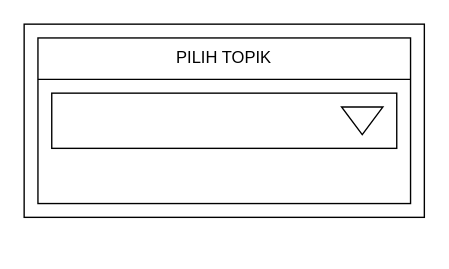
Earlier version of the draw.io diagram sketches/to laporan.drawio (halouthere233/skkerjakursus2021private). Source tidied: cells renumbered, new cells numbered last; positions are measured from the earlier drawing's top-left corner, leaving out a move shared by most shapes. Both pictures are drawn from the tidied source at 138%, with x=0, y=0 at pixel (23, 23).
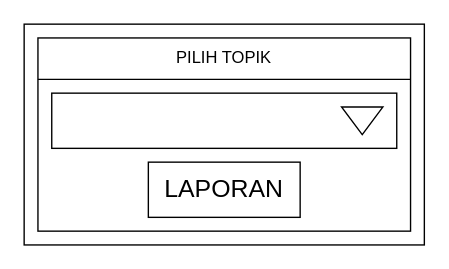
The same page after the edit.

The edit, as a diff of the source:
```diff
@@
 <mxGraphModel>
   <root>
     <mxCell id="0" />
     <mxCell id="1" parent="0" />
     <mxCell id="2" style="rounded=0;whiteSpace=wrap;html=1;" parent="1" vertex="1">
-      <mxGeometry width="290" height="140" as="geometry" />
+      <mxGeometry width="290" height="160" as="geometry" />
     </mxCell>
     <mxCell id="3" style="rounded=0;whiteSpace=wrap;html=1;" parent="1" vertex="1">
-      <mxGeometry x="10" y="10" width="270" height="120" as="geometry" />
+      <mxGeometry x="10" y="10" width="270" height="140" as="geometry" />
     </mxCell>
     <mxCell id="4" style="endArrow=none;html=1;rounded=0;" parent="1" edge="1">
       <mxGeometry relative="1" as="geometry">
         <mxPoint x="10" y="40" as="sourcePoint" />
         <mxPoint x="280" y="40" as="targetPoint" />
       </mxGeometry>
     </mxCell>
     <mxCell id="5" value="PILIH TOPIK" style="text;html=1;strokeColor=none;fillColor=none;align=center;verticalAlign=middle;whiteSpace=wrap;rounded=0;" parent="1" vertex="1">
       <mxGeometry x="90" y="10" width="110" height="30" as="geometry" />
     </mxCell>
     <mxCell id="6" style="rounded=0;whiteSpace=wrap;html=1;" parent="1" vertex="1">
       <mxGeometry x="20" y="50" width="250" height="40" as="geometry" />
     </mxCell>
     <mxCell id="7" style="triangle;whiteSpace=wrap;html=1;rotation=90;" parent="1" vertex="1">
       <mxGeometry x="235" y="55" width="20" height="30" as="geometry" />
     </mxCell>
+    <mxCell id="8" value="LAPORAN" style="rounded=0;whiteSpace=wrap;html=1;fontSize=18;" parent="1" vertex="1">
+      <mxGeometry x="90" y="100" width="110" height="40" as="geometry" />
+    </mxCell>
   </root>
 </mxGraphModel>
```
